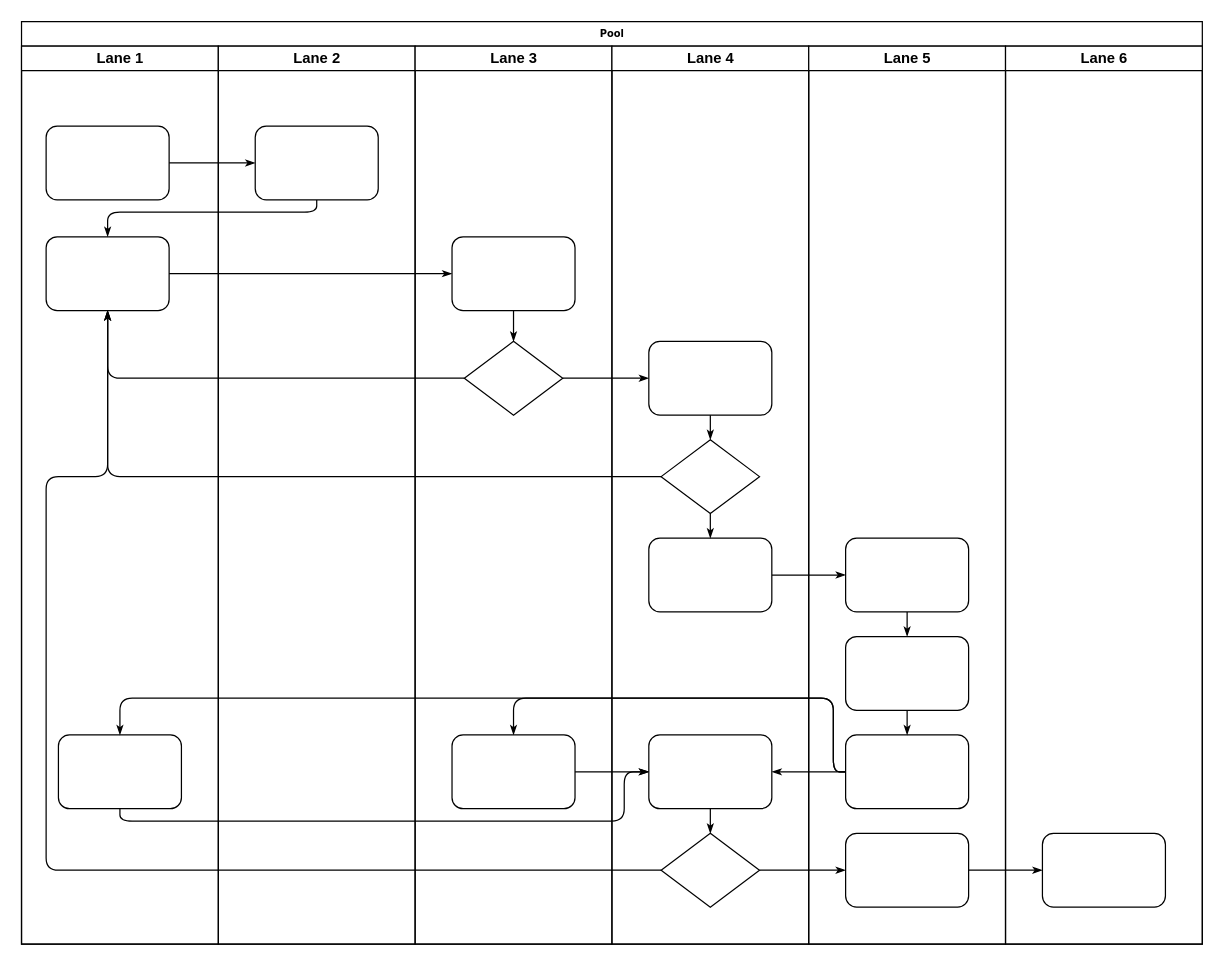
This is Visiblity.drawio from MiftahRizky/miftahr, a draw.io file, before an edit. Source tidied: cells renumbered, new cells numbered last; positions are measured from the earlier drawing's top-left corner, leaving out a move shared by most shapes. Both pictures are drawn from the tidied source at 123%, with x=0, y=0 at pixel (21, 21).
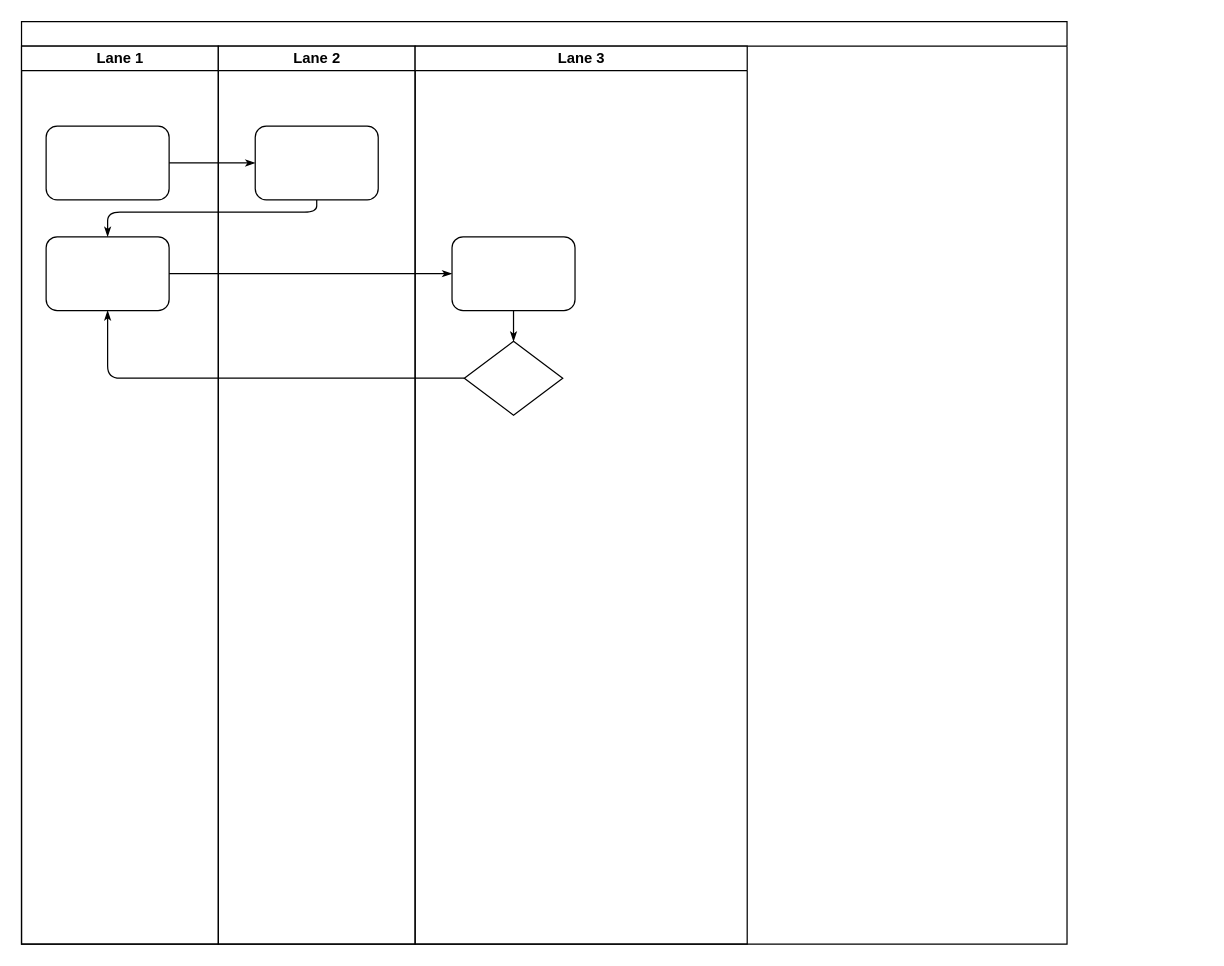
The same page after the edit.

The change refers to these unchanged cells:
```xml
<mxCell id="3" value="Lane 1" style="swimlane;html=1;startSize=20;" parent="2" vertex="1">
  <mxGeometry y="20" width="160" height="730" as="geometry" />
</mxCell>
<mxCell id="5" style="rounded=1;whiteSpace=wrap;html=1;shadow=0;labelBackgroundColor=none;strokeWidth=1;fontFamily=Verdana;fontSize=8;align=center;" parent="3" vertex="1">
  <mxGeometry x="20" y="155" width="100" height="60" as="geometry" />
</mxCell>
<mxCell id="26" style="rhombus;whiteSpace=wrap;html=1;rounded=0;shadow=0;labelBackgroundColor=none;strokeWidth=1;fontFamily=Verdana;fontSize=8;align=center;" parent="24" vertex="1">
  <mxGeometry x="40" y="240" width="80" height="60" as="geometry" />
</mxCell>
```

The edit, as a diff of the source:
```diff
@@
-    <mxCell id="2" value="Pool" style="swimlane;html=1;startSize=20;rounded=0;shadow=0;labelBackgroundColor=none;strokeWidth=1;fontFamily=Verdana;fontSize=8;align=center;" parent="1" vertex="1">
-      <mxGeometry width="960" height="750" as="geometry" />
+    <mxCell id="2" style="swimlane;html=1;startSize=20;rounded=0;shadow=0;labelBackgroundColor=none;strokeWidth=1;fontFamily=Verdana;fontSize=8;align=center;" parent="1" vertex="1">
+      <mxGeometry width="850" height="750" as="geometry" />
     </mxCell>
@@
-    <mxCell id="6" style="rounded=1;whiteSpace=wrap;html=1;shadow=0;labelBackgroundColor=none;strokeWidth=1;fontFamily=Verdana;fontSize=8;align=center;" parent="3" vertex="1">
-      <mxGeometry x="30" y="560" width="100" height="60" as="geometry" />
-    </mxCell>
@@
-    <mxCell id="11" style="edgeStyle=orthogonalEdgeStyle;rounded=1;html=1;labelBackgroundColor=none;startArrow=none;startFill=0;startSize=5;endArrow=classicThin;endFill=1;endSize=5;jettySize=auto;strokeWidth=1;fontFamily=Verdana;fontSize=8;" parent="2" edge="1" source="31" target="5">
-      <mxGeometry relative="1" as="geometry" />
-    </mxCell>
-    <mxCell id="12" style="edgeStyle=orthogonalEdgeStyle;rounded=1;html=1;labelBackgroundColor=none;startArrow=none;startFill=0;startSize=5;endArrow=classicThin;endFill=1;endSize=5;jettySize=auto;strokeWidth=1;fontFamily=Verdana;fontSize=8;" parent="2" edge="1" source="34" target="5">
-      <mxGeometry relative="1" as="geometry">
-        <Array as="points">
-          <mxPoint x="20" y="690" />
-          <mxPoint x="20" y="370" />
-          <mxPoint x="70" y="370" />
-        </Array>
-      </mxGeometry>
-    </mxCell>
-    <mxCell id="13" style="edgeStyle=orthogonalEdgeStyle;rounded=1;html=1;labelBackgroundColor=none;startArrow=none;startFill=0;startSize=5;endArrow=classicThin;endFill=1;endSize=5;jettySize=auto;strokeWidth=1;fontFamily=Verdana;fontSize=8;" parent="2" edge="1" source="26" target="30">
-      <mxGeometry relative="1" as="geometry" />
-    </mxCell>
-    <mxCell id="14" style="edgeStyle=orthogonalEdgeStyle;rounded=1;html=1;labelBackgroundColor=none;startArrow=none;startFill=0;startSize=5;endArrow=classicThin;endFill=1;endSize=5;jettySize=auto;strokeWidth=1;fontFamily=Verdana;fontSize=8;" parent="2" edge="1" source="34" target="42">
-      <mxGeometry relative="1" as="geometry" />
+    <mxCell id="14" style="edgeStyle=orthogonalEdgeStyle;rounded=1;html=1;labelBackgroundColor=none;startArrow=none;startFill=0;startSize=5;endArrow=classicThin;endFill=1;endSize=5;jettySize=auto;orthogonalLoop=1;strokeWidth=1;fontFamily=Verdana;fontSize=8;" parent="2" edge="1">
+      <mxGeometry relative="1" as="geometry">
+        <mxPoint x="600" y="690" as="sourcePoint" />
+      </mxGeometry>
     </mxCell>
-    <mxCell id="15" style="edgeStyle=orthogonalEdgeStyle;rounded=1;html=1;labelBackgroundColor=none;startArrow=none;startFill=0;startSize=5;endArrow=classicThin;endFill=1;endSize=5;jettySize=auto;strokeWidth=1;fontFamily=Verdana;fontSize=8;" parent="2" edge="1" source="42" target="46">
-      <mxGeometry relative="1" as="geometry" />
+    <mxCell id="15" style="edgeStyle=orthogonalEdgeStyle;rounded=1;html=1;labelBackgroundColor=none;startArrow=none;startFill=0;startSize=5;endArrow=classicThin;endFill=1;endSize=5;jettySize=auto;orthogonalLoop=1;strokeWidth=1;fontFamily=Verdana;fontSize=8;" parent="2" edge="1">
+      <mxGeometry relative="1" as="geometry">
+        <mxPoint x="770" y="690" as="sourcePoint" />
+      </mxGeometry>
     </mxCell>
-    <mxCell id="16" style="edgeStyle=orthogonalEdgeStyle;rounded=1;html=1;labelBackgroundColor=none;startArrow=none;startFill=0;startSize=5;endArrow=classicThin;endFill=1;endSize=5;jettySize=auto;strokeWidth=1;fontFamily=Verdana;fontSize=8;" parent="2" edge="1" source="32" target="39">
-      <mxGeometry relative="1" as="geometry" />
+    <mxCell id="16" style="edgeStyle=orthogonalEdgeStyle;rounded=1;html=1;labelBackgroundColor=none;startArrow=none;startFill=0;startSize=5;endArrow=classicThin;endFill=1;endSize=5;jettySize=auto;orthogonalLoop=1;strokeWidth=1;fontFamily=Verdana;fontSize=8;" parent="2" edge="1">
+      <mxGeometry relative="1" as="geometry">
+        <mxPoint x="610" y="450" as="sourcePoint" />
+      </mxGeometry>
     </mxCell>
-    <mxCell id="17" style="edgeStyle=orthogonalEdgeStyle;rounded=1;html=1;labelBackgroundColor=none;startArrow=none;startFill=0;startSize=5;endArrow=classicThin;endFill=1;endSize=5;jettySize=auto;strokeWidth=1;fontFamily=Verdana;fontSize=8;" parent="2" edge="1" source="41" target="27">
-      <mxGeometry relative="1" as="geometry">
-        <Array as="points">
-          <mxPoint x="660" y="610" />
-          <mxPoint x="660" y="550" />
-          <mxPoint x="400" y="550" />
-        </Array>
-      </mxGeometry>
-    </mxCell>
-    <mxCell id="18" style="edgeStyle=orthogonalEdgeStyle;rounded=1;html=1;labelBackgroundColor=none;startArrow=none;startFill=0;startSize=5;endArrow=classicThin;endFill=1;endSize=5;jettySize=auto;strokeColor=#000000;strokeWidth=1;fontFamily=Verdana;fontSize=8;fontColor=#000000;" parent="2" edge="1" source="41" target="33">
-      <mxGeometry relative="1" as="geometry" />
+    <mxCell id="18" style="edgeStyle=orthogonalEdgeStyle;rounded=1;html=1;labelBackgroundColor=none;startArrow=none;startFill=0;startSize=5;endArrow=classicThin;endFill=1;endSize=5;jettySize=auto;orthogonalLoop=1;strokeColor=#000000;strokeWidth=1;fontFamily=Verdana;fontSize=8;fontColor=#000000;" parent="2" edge="1">
+      <mxGeometry relative="1" as="geometry">
+        <mxPoint x="610" y="610" as="targetPoint" />
+      </mxGeometry>
     </mxCell>
-    <mxCell id="19" style="edgeStyle=orthogonalEdgeStyle;rounded=1;html=1;labelBackgroundColor=none;startArrow=none;startFill=0;startSize=5;endArrow=classicThin;endFill=1;endSize=5;jettySize=auto;strokeWidth=1;fontFamily=Verdana;fontSize=8;" parent="2" edge="1" source="41" target="6">
-      <mxGeometry relative="1" as="geometry">
-        <Array as="points">
-          <mxPoint x="660" y="610" />
-          <mxPoint x="660" y="550" />
-          <mxPoint x="80" y="550" />
-        </Array>
-      </mxGeometry>
-    </mxCell>
-    <mxCell id="20" style="edgeStyle=orthogonalEdgeStyle;rounded=1;html=1;labelBackgroundColor=none;startArrow=none;startFill=0;startSize=5;endArrow=classicThin;endFill=1;endSize=5;jettySize=auto;strokeWidth=1;fontFamily=Verdana;fontSize=8;" parent="2" edge="1" source="6" target="33">
-      <mxGeometry relative="1" as="geometry">
-        <Array as="points">
-          <mxPoint x="80" y="650" />
-          <mxPoint x="490" y="650" />
-          <mxPoint x="490" y="610" />
-        </Array>
-      </mxGeometry>
-    </mxCell>
-    <mxCell id="21" style="edgeStyle=orthogonalEdgeStyle;rounded=1;html=1;labelBackgroundColor=none;startArrow=none;startFill=0;startSize=5;endArrow=classicThin;endFill=1;endSize=5;jettySize=auto;strokeWidth=1;fontFamily=Verdana;fontSize=8;" parent="2" edge="1" source="27" target="33">
-      <mxGeometry relative="1" as="geometry" />
-    </mxCell>
@@
     <mxCell id="24" value="Lane 3" style="swimlane;html=1;startSize=20;" parent="2" vertex="1">
-      <mxGeometry x="320" y="20" width="160" height="730" as="geometry" />
+      <mxGeometry x="320" y="20" width="270" height="730" as="geometry" />
     </mxCell>
@@
-    <mxCell id="27" style="rounded=1;whiteSpace=wrap;html=1;shadow=0;labelBackgroundColor=none;strokeWidth=1;fontFamily=Verdana;fontSize=8;align=center;" parent="24" vertex="1">
-      <mxGeometry x="30" y="560" width="100" height="60" as="geometry" />
-    </mxCell>
@@
-    <mxCell id="29" value="Lane 4" style="swimlane;html=1;startSize=20;" parent="2" vertex="1">
-      <mxGeometry x="480" y="20" width="160" height="730" as="geometry" />
-    </mxCell>
-    <mxCell id="30" style="rounded=1;whiteSpace=wrap;html=1;shadow=0;labelBackgroundColor=none;strokeWidth=1;fontFamily=Verdana;fontSize=8;align=center;" parent="29" vertex="1">
-      <mxGeometry x="30" y="240" width="100" height="60" as="geometry" />
-    </mxCell>
-    <mxCell id="31" style="rhombus;whiteSpace=wrap;html=1;rounded=0;shadow=0;labelBackgroundColor=none;strokeWidth=1;fontFamily=Verdana;fontSize=8;align=center;" parent="29" vertex="1">
-      <mxGeometry x="40" y="320" width="80" height="60" as="geometry" />
-    </mxCell>
-    <mxCell id="32" style="rounded=1;whiteSpace=wrap;html=1;shadow=0;labelBackgroundColor=none;strokeWidth=1;fontFamily=Verdana;fontSize=8;align=center;" parent="29" vertex="1">
-      <mxGeometry x="30" y="400" width="100" height="60" as="geometry" />
-    </mxCell>
-    <mxCell id="33" style="rounded=1;whiteSpace=wrap;html=1;shadow=0;labelBackgroundColor=none;strokeWidth=1;fontFamily=Verdana;fontSize=8;align=center;" parent="29" vertex="1">
-      <mxGeometry x="30" y="560" width="100" height="60" as="geometry" />
-    </mxCell>
-    <mxCell id="34" style="rhombus;whiteSpace=wrap;html=1;rounded=0;shadow=0;labelBackgroundColor=none;strokeWidth=1;fontFamily=Verdana;fontSize=8;align=center;" parent="29" vertex="1">
-      <mxGeometry x="40" y="640" width="80" height="60" as="geometry" />
-    </mxCell>
-    <mxCell id="35" style="edgeStyle=orthogonalEdgeStyle;rounded=1;html=1;labelBackgroundColor=none;startArrow=none;startFill=0;startSize=5;endArrow=classicThin;endFill=1;endSize=5;jettySize=auto;strokeColor=#000000;strokeWidth=1;fontFamily=Verdana;fontSize=8;fontColor=#000000;" parent="29" edge="1" source="30" target="31">
-      <mxGeometry relative="1" as="geometry" />
-    </mxCell>
-    <mxCell id="36" style="edgeStyle=orthogonalEdgeStyle;rounded=1;html=1;labelBackgroundColor=none;startArrow=none;startFill=0;startSize=5;endArrow=classicThin;endFill=1;endSize=5;jettySize=auto;strokeWidth=1;fontFamily=Verdana;fontSize=8;" parent="29" edge="1" source="31" target="32">
-      <mxGeometry relative="1" as="geometry" />
-    </mxCell>
-    <mxCell id="37" style="edgeStyle=orthogonalEdgeStyle;rounded=1;html=1;labelBackgroundColor=none;startArrow=none;startFill=0;startSize=5;endArrow=classicThin;endFill=1;endSize=5;jettySize=auto;strokeWidth=1;fontFamily=Verdana;fontSize=8;" parent="29" edge="1" source="33" target="34">
-      <mxGeometry relative="1" as="geometry" />
-    </mxCell>
-    <mxCell id="38" value="Lane 5" style="swimlane;html=1;startSize=20;" parent="2" vertex="1">
-      <mxGeometry x="640" y="20" width="160" height="730" as="geometry" />
-    </mxCell>
-    <mxCell id="39" style="rounded=1;whiteSpace=wrap;html=1;shadow=0;labelBackgroundColor=none;strokeWidth=1;fontFamily=Verdana;fontSize=8;align=center;" parent="38" vertex="1">
-      <mxGeometry x="30" y="400" width="100" height="60" as="geometry" />
-    </mxCell>
-    <mxCell id="40" style="rounded=1;whiteSpace=wrap;html=1;shadow=0;labelBackgroundColor=none;strokeWidth=1;fontFamily=Verdana;fontSize=8;align=center;" parent="38" vertex="1">
-      <mxGeometry x="30" y="480" width="100" height="60" as="geometry" />
-    </mxCell>
-    <mxCell id="41" style="rounded=1;whiteSpace=wrap;html=1;shadow=0;labelBackgroundColor=none;strokeWidth=1;fontFamily=Verdana;fontSize=8;align=center;" parent="38" vertex="1">
-      <mxGeometry x="30" y="560" width="100" height="60" as="geometry" />
-    </mxCell>
-    <mxCell id="42" style="rounded=1;whiteSpace=wrap;html=1;shadow=0;labelBackgroundColor=none;strokeWidth=1;fontFamily=Verdana;fontSize=8;align=center;" parent="38" vertex="1">
-      <mxGeometry x="30" y="640" width="100" height="60" as="geometry" />
-    </mxCell>
-    <mxCell id="43" style="edgeStyle=orthogonalEdgeStyle;rounded=1;html=1;labelBackgroundColor=none;startArrow=none;startFill=0;startSize=5;endArrow=classicThin;endFill=1;endSize=5;jettySize=auto;strokeWidth=1;fontFamily=Verdana;fontSize=8;" parent="38" edge="1" source="39" target="40">
-      <mxGeometry relative="1" as="geometry" />
-    </mxCell>
-    <mxCell id="44" style="edgeStyle=orthogonalEdgeStyle;rounded=1;html=1;labelBackgroundColor=none;startArrow=none;startFill=0;startSize=5;endArrow=classicThin;endFill=1;endSize=5;jettySize=auto;strokeWidth=1;fontFamily=Verdana;fontSize=8;" parent="38" edge="1" source="40" target="41">
-      <mxGeometry relative="1" as="geometry" />
-    </mxCell>
-    <mxCell id="45" value="Lane 6" style="swimlane;html=1;startSize=20;" parent="2" vertex="1">
-      <mxGeometry x="800" y="20" width="160" height="730" as="geometry" />
-    </mxCell>
-    <mxCell id="46" style="rounded=1;whiteSpace=wrap;html=1;shadow=0;labelBackgroundColor=none;strokeWidth=1;fontFamily=Verdana;fontSize=8;align=center;" parent="45" vertex="1">
-      <mxGeometry x="30" y="640" width="100" height="60" as="geometry" />
-    </mxCell>
```
